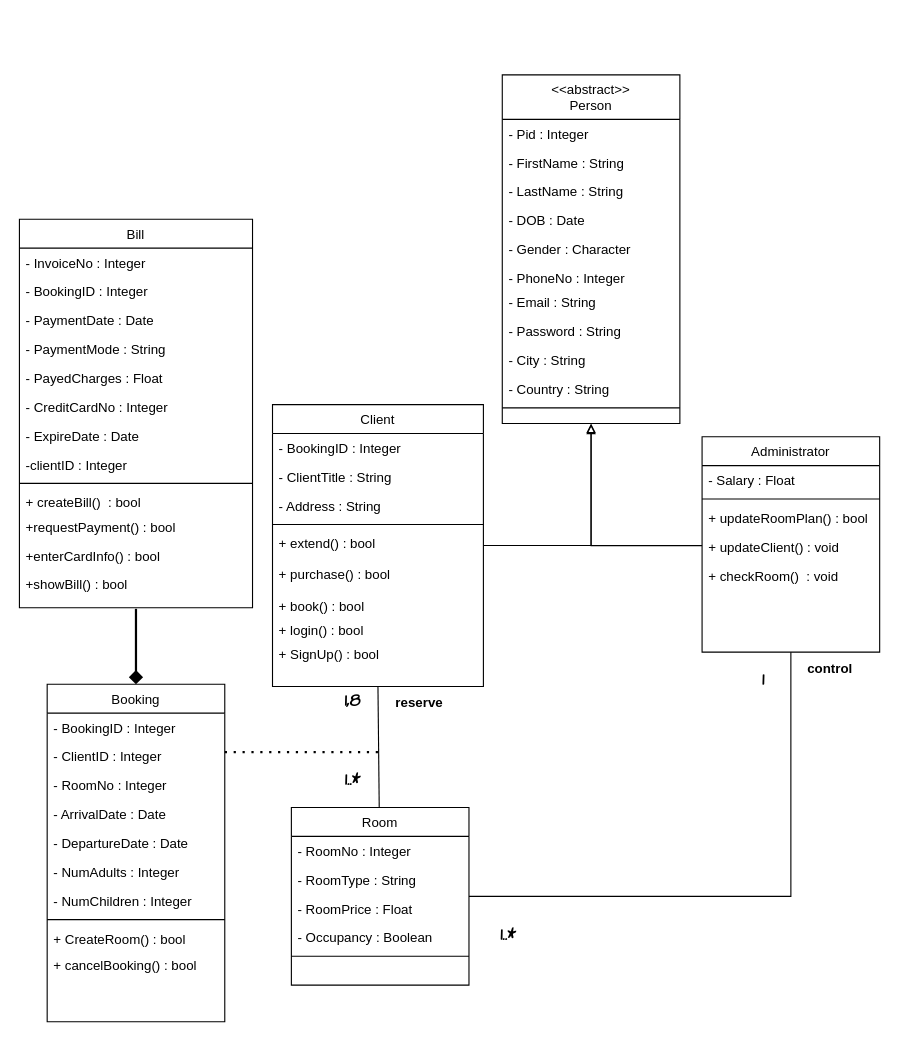
Above: UML/HotelClassDiagram.drawio in ayman-gassi/Hotel-management (draw.io), before the change. Source tidied: cells renumbered, new cells numbered last; positions are measured from the earlier drawing's top-left corner, leaving out a move shared by most shapes. Both pictures are drawn from the tidied source at 111%, with x=0, y=0 at pixel (19, 74).
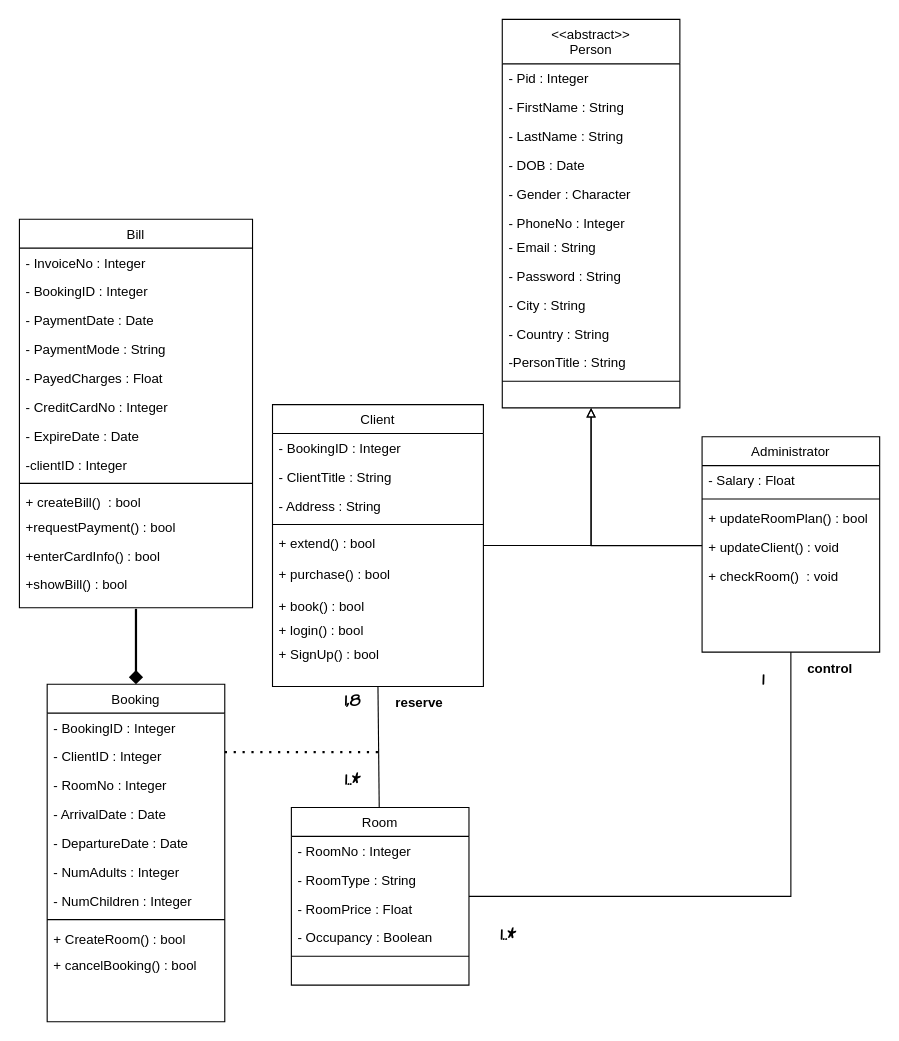
Above is the later version.

Commit message:
UPDATE CLASS DIAGRAM (ADD PersonTitle TO Person CLASS)

Change to the diagram source:
```diff
@@
-    <mxCell id="39" style="edgeStyle=orthogonalEdgeStyle;rounded=0;orthogonalLoop=1;jettySize=auto;html=1;endArrow=block;endFill=0;" parent="1" edge="1">
+    <mxCell id="39" style="edgeStyle=orthogonalEdgeStyle;rounded=0;jettySize=auto;html=1;endArrow=block;endFill=0;entryX=0.5;entryY=1;entryDx=0;entryDy=0;" parent="1" edge="1" target="54">
       <mxGeometry relative="1" as="geometry">
         <mxPoint x="615" y="424.1" as="sourcePoint" />
-        <mxPoint x="515" y="315" as="targetPoint" />
         <Array as="points">
           <mxPoint x="515" y="424" />
         </Array>
       </mxGeometry>
     </mxCell>
@@
     <mxCell id="54" value="&lt;&lt;abstract&gt;&gt;&#10;Person" style="swimlane;fontStyle=0;align=center;verticalAlign=top;horizontal=1;startSize=40;rounded=0;shadow=0;strokeWidth=1;" parent="1" vertex="1">
-      <mxGeometry x="435" width="160" height="314" as="geometry" />
+      <mxGeometry x="435" y="-50" width="160" height="350" as="geometry" />
     </mxCell>
@@
+    <mxCell id="73" value="-PersonTitle : String" style="text;align=left;verticalAlign=top;spacingLeft=4;spacingRight=4;overflow=hidden;" parent="54" vertex="1">
+      <mxGeometry y="296" width="160" height="26" as="geometry" />
+    </mxCell>
     <mxCell id="65" style="line;html=1;strokeWidth=1;align=left;verticalAlign=middle;spacingTop=-1;spacingLeft=3;spacingRight=3;labelPosition=right;" parent="54" vertex="1">
-      <mxGeometry y="296" width="160" height="8" as="geometry" />
+      <mxGeometry y="322" width="160" height="8" as="geometry" />
     </mxCell>
```
